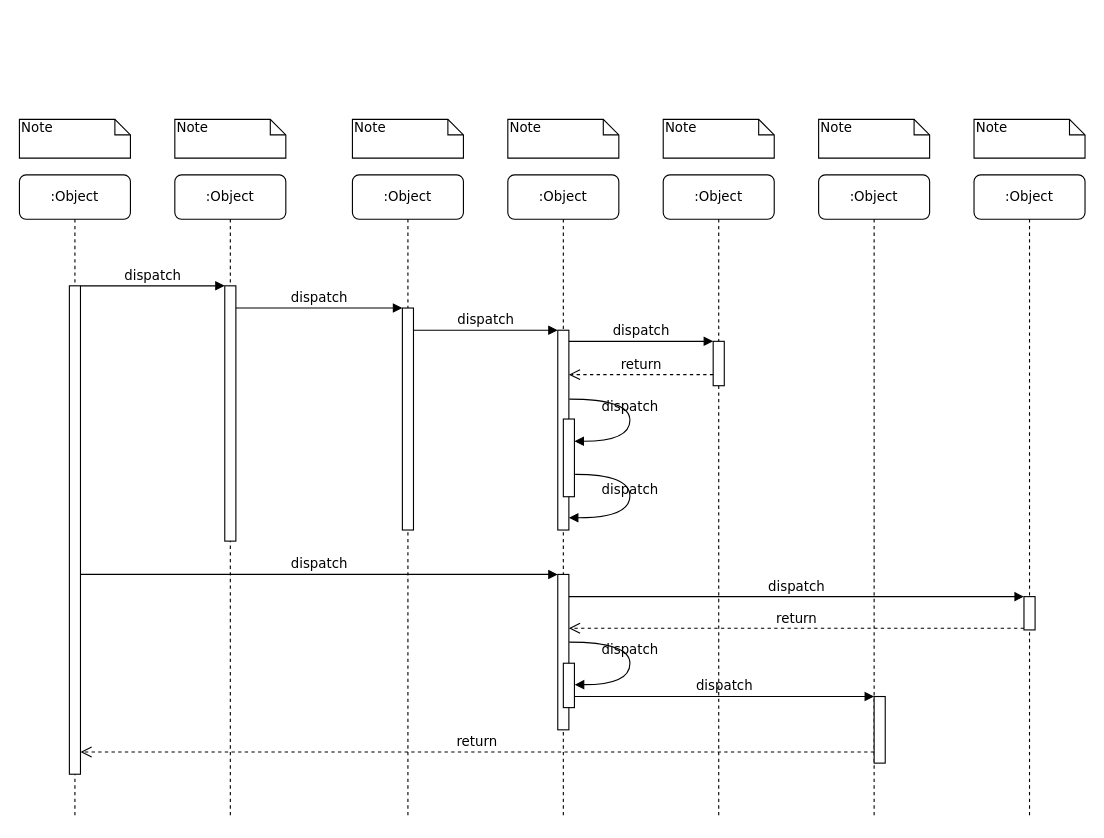
Before: secuencia_titulate.drawio in DrAtl30/potro_titulate, a draw.io diagram. Source tidied: cells renumbered, new cells numbered last; positions are measured from the earlier drawing's top-left corner, leaving out a move shared by most shapes. Both pictures are drawn from the tidied source at 111%, with x=0, y=0 at pixel (19, 119).
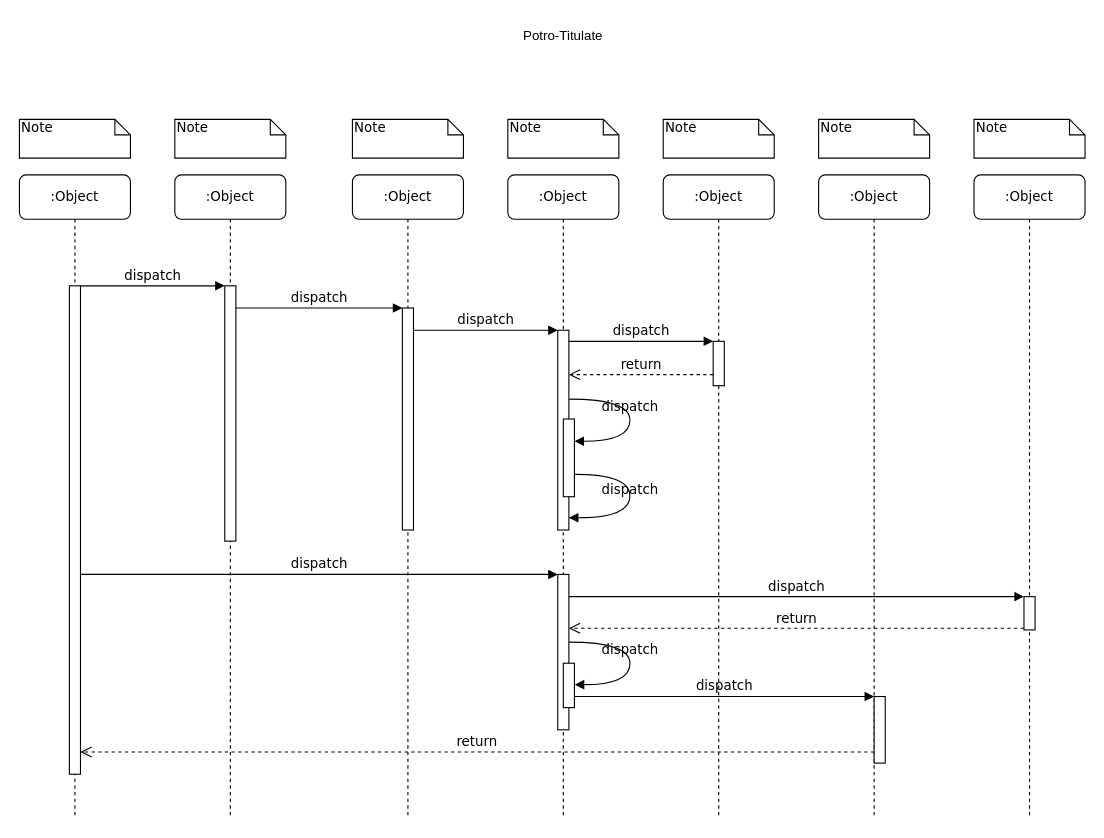
The same diagram, later.

Diff of the diagram source:
```diff
@@
+    <mxCell id="39" value="Potro-Titulate" style="text;html=1;align=center;verticalAlign=middle;whiteSpace=wrap;rounded=0;" parent="1" vertex="1">
+      <mxGeometry x="440" y="-90" width="100" height="30" as="geometry" />
+    </mxCell>
```
